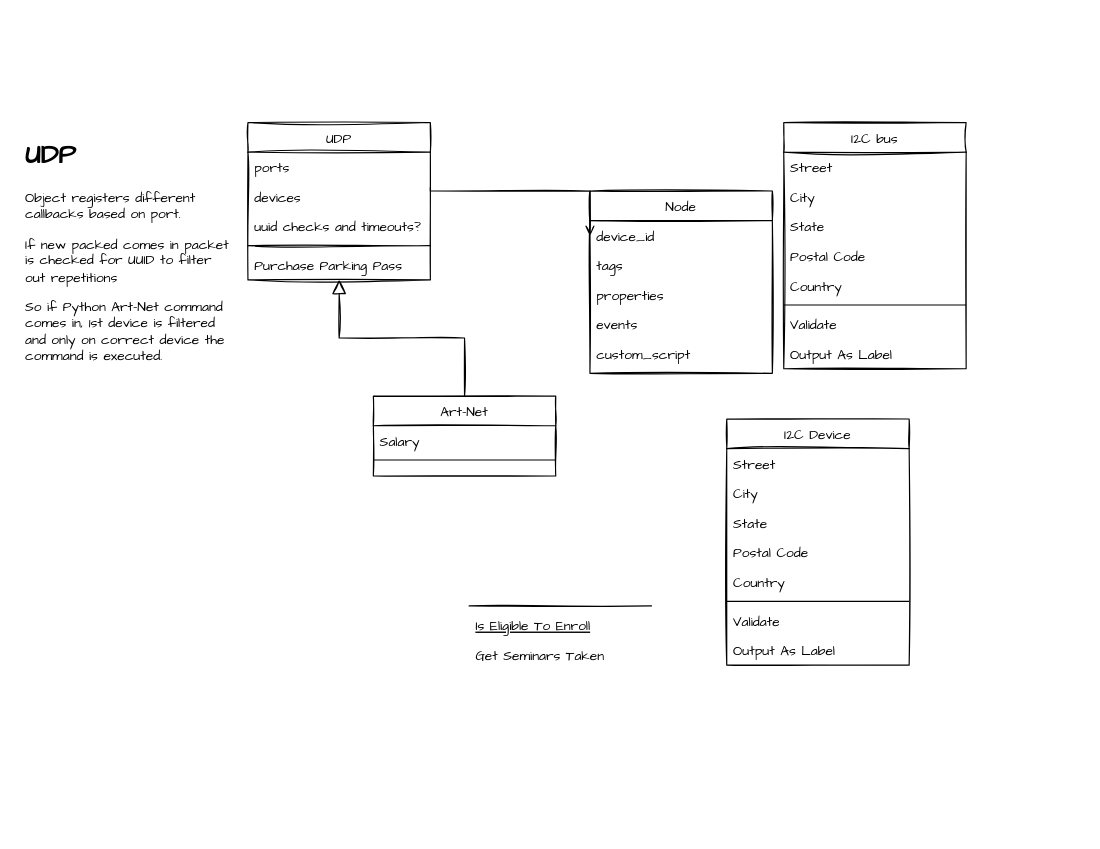
empire-ai/EmpireNode keeps this draw.io diagram as Untitled Diagram.drawio. Above is the earlier version. Source tidied: cells renumbered, new cells numbered last; positions are measured from the earlier drawing's top-left corner, leaving out a move shared by most shapes. Both pictures are drawn from the tidied source at 114%, with x=0, y=0 at pixel (19, 122).
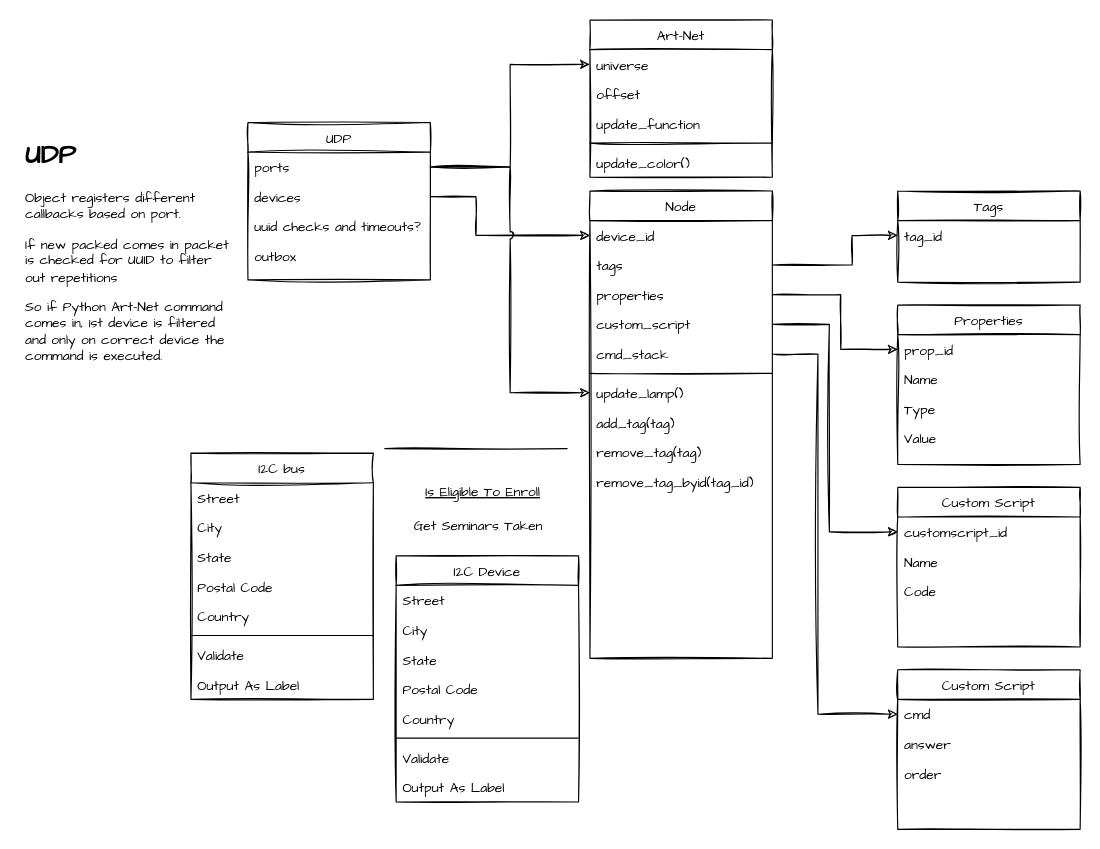
After the change.

Unchanged cells that the change refers to:
```xml
<mxCell id="2" value="UDP" style="swimlane;fontStyle=0;align=center;verticalAlign=top;horizontal=1;startSize=26;rounded=0;shadow=0;strokeWidth=1;fontFamily=Architects Daughter;sketch=1;" parent="1" vertex="1">
  <mxGeometry x="200" width="160" height="138" as="geometry" />
</mxCell>
<mxCell id="3" value="ports" style="text;align=left;verticalAlign=top;spacingLeft=4;spacingRight=4;overflow=hidden;points=[[0,0.5],[1,0.5]];portConstraint=eastwest;fontFamily=Architects Daughter;" parent="2" vertex="1">
  <mxGeometry y="26" width="160" height="26" as="geometry" />
</mxCell>
<mxCell id="4" value="devices" style="text;align=left;verticalAlign=top;spacingLeft=4;spacingRight=4;overflow=hidden;points=[[0,0.5],[1,0.5]];portConstraint=eastwest;rounded=0;shadow=0;html=0;fontFamily=Architects Daughter;" parent="2" vertex="1">
  <mxGeometry y="52" width="160" height="26" as="geometry" />
</mxCell>
<mxCell id="9" value="device_id" style="text;align=left;verticalAlign=top;spacingLeft=4;spacingRight=4;overflow=hidden;points=[[0,0.5],[1,0.5]];portConstraint=eastwest;fontFamily=Architects Daughter;" parent="8" vertex="1">
  <mxGeometry y="26" width="160" height="26" as="geometry" />
</mxCell>
<mxCell id="10" value="tags" style="text;align=left;verticalAlign=top;spacingLeft=4;spacingRight=4;overflow=hidden;points=[[0,0.5],[1,0.5]];portConstraint=eastwest;rounded=0;shadow=0;html=0;fontFamily=Architects Daughter;" parent="8" vertex="1">
  <mxGeometry y="52" width="160" height="26" as="geometry" />
</mxCell>
<mxCell id="11" value="properties" style="text;align=left;verticalAlign=top;spacingLeft=4;spacingRight=4;overflow=hidden;points=[[0,0.5],[1,0.5]];portConstraint=eastwest;rounded=0;shadow=0;html=0;fontFamily=Architects Daughter;" parent="8" vertex="1">
  <mxGeometry y="78" width="160" height="26" as="geometry" />
</mxCell>
```

Change to the diagram source:
```diff
@@
-    <mxCell id="6" style="line;html=1;strokeWidth=1;align=left;verticalAlign=middle;spacingTop=-1;spacingLeft=3;spacingRight=3;labelPosition=right;sketch=1;" parent="2" vertex="1">
-      <mxGeometry y="104" width="160" height="8" as="geometry" />
-    </mxCell>
-    <mxCell id="7" value="Purchase Parking Pass" style="text;align=left;verticalAlign=top;spacingLeft=4;spacingRight=4;overflow=hidden;fontFamily=Architects Daughter;" parent="2" vertex="1">
-      <mxGeometry y="112" width="160" height="26" as="geometry" />
+    <mxCell id="7" value="outbox" style="text;align=left;verticalAlign=top;spacingLeft=4;spacingRight=4;overflow=hidden;fontFamily=Architects Daughter;" parent="2" vertex="1">
+      <mxGeometry y="104" width="160" height="26" as="geometry" />
     </mxCell>
     <mxCell id="8" value="Node" style="swimlane;fontStyle=0;align=center;verticalAlign=top;horizontal=1;startSize=26;rounded=0;shadow=0;strokeWidth=1;glass=0;sketch=1;fontFamily=Architects Daughter;" parent="1" vertex="1">
-      <mxGeometry x="500" y="60" width="160" height="160" as="geometry" />
+      <mxGeometry x="500" y="60" width="160" height="410" as="geometry" />
     </mxCell>
@@
-    <mxCell id="12" value="events" style="text;align=left;verticalAlign=top;spacingLeft=4;spacingRight=4;overflow=hidden;fontFamily=Architects Daughter;" parent="8" vertex="1">
-      <mxGeometry y="104" width="160" height="26" as="geometry" />
-    </mxCell>
     <mxCell id="13" value="custom_script" style="text;align=left;verticalAlign=top;spacingLeft=4;spacingRight=4;overflow=hidden;points=[[0,0.5],[1,0.5]];portConstraint=eastwest;fontFamily=Architects Daughter;" parent="8" vertex="1">
-      <mxGeometry y="130" width="160" height="26" as="geometry" />
+      <mxGeometry y="104" width="160" height="26" as="geometry" />
     </mxCell>
+    <mxCell id="41" value="cmd_stack" style="text;align=left;verticalAlign=top;spacingLeft=4;spacingRight=4;overflow=hidden;points=[[0,0.5],[1,0.5]];portConstraint=eastwest;fontFamily=Architects Daughter;" parent="8" vertex="1">
+      <mxGeometry y="130" width="160" height="26" as="geometry" />
+    </mxCell>
+    <mxCell id="42" style="line;html=1;strokeWidth=1;align=left;verticalAlign=middle;spacingTop=-1;spacingLeft=3;spacingRight=3;labelPosition=right;sketch=1;" parent="8" vertex="1">
+      <mxGeometry y="156" width="160" height="8" as="geometry" />
+    </mxCell>
+    <mxCell id="43" value="update_lamp()" style="text;align=left;verticalAlign=top;spacingLeft=4;spacingRight=4;overflow=hidden;points=[[0,0.5],[1,0.5]];portConstraint=eastwest;fontFamily=Architects Daughter;" parent="8" vertex="1">
+      <mxGeometry y="164" width="160" height="26" as="geometry" />
+    </mxCell>
+    <mxCell id="44" value="add_tag(tag)" style="text;align=left;verticalAlign=top;spacingLeft=4;spacingRight=4;overflow=hidden;fontFamily=Architects Daughter;" parent="8" vertex="1">
+      <mxGeometry y="190" width="160" height="26" as="geometry" />
+    </mxCell>
+    <mxCell id="45" value="remove_tag(tag)" style="text;align=left;verticalAlign=top;spacingLeft=4;spacingRight=4;overflow=hidden;fontFamily=Architects Daughter;" parent="8" vertex="1">
+      <mxGeometry y="216" width="160" height="26" as="geometry" />
+    </mxCell>
+    <mxCell id="46" value="remove_tag_byid(tag_id)" style="text;align=left;verticalAlign=top;spacingLeft=4;spacingRight=4;overflow=hidden;fontFamily=Architects Daughter;" parent="8" vertex="1">
+      <mxGeometry y="242" width="160" height="26" as="geometry" />
+    </mxCell>
     <mxCell id="14" value="Art-Net" style="swimlane;fontStyle=0;align=center;verticalAlign=top;horizontal=1;startSize=26;rounded=0;shadow=0;strokeWidth=1;sketch=1;fontFamily=Architects Daughter;" parent="1" vertex="1">
-      <mxGeometry x="310" y="240" width="160" height="70" as="geometry" />
+      <mxGeometry x="500" y="-90" width="160" height="138" as="geometry" />
     </mxCell>
-    <mxCell id="15" value="Salary" style="text;align=left;verticalAlign=top;spacingLeft=4;spacingRight=4;overflow=hidden;points=[[0,0.5],[1,0.5]];portConstraint=eastwest;fontFamily=Architects Daughter;" parent="14" vertex="1">
+    <mxCell id="15" value="universe" style="text;align=left;verticalAlign=top;spacingLeft=4;spacingRight=4;overflow=hidden;points=[[0,0.5],[1,0.5]];portConstraint=eastwest;fontFamily=Architects Daughter;" parent="14" vertex="1">
       <mxGeometry y="26" width="160" height="26" as="geometry" />
     </mxCell>
-    <mxCell id="16" style="line;html=1;strokeWidth=1;align=left;verticalAlign=middle;spacingTop=-1;spacingLeft=3;spacingRight=3;labelPosition=right;" parent="14" vertex="1">
-      <mxGeometry y="52" width="160" height="8" as="geometry" />
-    </mxCell>
-    <mxCell id="17" style="endArrow=block;endSize=10;endFill=0;shadow=0;strokeWidth=1;rounded=0;edgeStyle=elbowEdgeStyle;elbow=vertical;sketch=1;" parent="1" edge="1" source="14" target="2">
-      <mxGeometry relative="1" as="geometry" />
-    </mxCell>
+    <mxCell id="47" value="offset" style="text;align=left;verticalAlign=top;spacingLeft=4;spacingRight=4;overflow=hidden;fontFamily=Architects Daughter;" parent="14" vertex="1">
+      <mxGeometry y="52" width="160" height="26" as="geometry" />
+    </mxCell>
+    <mxCell id="48" value="update_function" style="text;align=left;verticalAlign=top;spacingLeft=4;spacingRight=4;overflow=hidden;fontFamily=Architects Daughter;" parent="14" vertex="1">
+      <mxGeometry y="78" width="160" height="26" as="geometry" />
+    </mxCell>
+    <mxCell id="6" style="line;html=1;strokeWidth=1;align=left;verticalAlign=middle;spacingTop=-1;spacingLeft=3;spacingRight=3;labelPosition=right;sketch=1;" parent="14" vertex="1">
+      <mxGeometry y="104" width="160" height="8" as="geometry" />
+    </mxCell>
+    <mxCell id="49" value="update_color()" style="text;align=left;verticalAlign=top;spacingLeft=4;spacingRight=4;overflow=hidden;fontFamily=Architects Daughter;" parent="14" vertex="1">
+      <mxGeometry y="112" width="160" height="26" as="geometry" />
+    </mxCell>
     <mxCell id="18" value="I2C Device" style="swimlane;fontStyle=0;align=center;verticalAlign=top;horizontal=1;startSize=26;rounded=0;shadow=0;strokeWidth=1;sketch=1;fontFamily=Architects Daughter;" parent="1" vertex="1">
-      <mxGeometry x="620" y="260" width="160" height="216" as="geometry" />
+      <mxGeometry x="330" y="380" width="160" height="216" as="geometry" />
     </mxCell>
@@
-    <mxCell id="27" style="endArrow=open;shadow=0;strokeWidth=1;rounded=0;endFill=1;edgeStyle=elbowEdgeStyle;elbow=vertical;sketch=1;entryX=0;entryY=0.5;entryDx=0;entryDy=0;exitX=1;exitY=0.192;exitDx=0;exitDy=0;exitPerimeter=0;" parent="1" edge="1" source="4" target="9">
-      <mxGeometry x="0.5" y="41" relative="1" as="geometry">
-        <Array as="points">
-          <mxPoint x="460" y="60" />
-          <mxPoint x="400" y="60" />
-          <mxPoint x="440" y="90" />
-          <mxPoint x="460" y="180" />
-          <mxPoint x="430" y="190" />
-          <mxPoint x="430" y="160" />
-          <mxPoint x="430" y="150" />
-          <mxPoint x="460" y="80" />
-          <mxPoint x="410" y="70" />
-        </Array>
-        <mxPoint x="-40" y="32" as="offset" />
-      </mxGeometry>
-    </mxCell>
     <mxCell id="28" style="line;html=1;strokeWidth=1;align=left;verticalAlign=middle;spacingTop=-1;spacingLeft=3;spacingRight=3;labelPosition=right;sketch=1;" parent="1" vertex="1">
-      <mxGeometry x="394" y="420" width="160" height="8" as="geometry" />
+      <mxGeometry x="320" y="282" width="160" height="8" as="geometry" />
     </mxCell>
     <mxCell id="29" value="Is Eligible To Enroll" style="text;align=left;verticalAlign=top;spacingLeft=4;spacingRight=4;overflow=hidden;fontStyle=4;fontFamily=Architects Daughter;" parent="1" vertex="1">
-      <mxGeometry x="394" y="428" width="160" height="26" as="geometry" />
+      <mxGeometry x="350" y="310" width="160" height="26" as="geometry" />
     </mxCell>
     <mxCell id="30" value="Get Seminars Taken" style="text;align=left;verticalAlign=top;spacingLeft=4;spacingRight=4;overflow=hidden;fontFamily=Architects Daughter;" parent="1" vertex="1">
-      <mxGeometry x="394" y="454" width="160" height="26" as="geometry" />
+      <mxGeometry x="340" y="340" width="160" height="26" as="geometry" />
     </mxCell>
     <mxCell id="31" value="I2C bus" style="swimlane;fontStyle=0;align=center;verticalAlign=top;horizontal=1;startSize=26;rounded=0;shadow=0;strokeWidth=1;sketch=1;fontFamily=Architects Daughter;" parent="1" vertex="1">
-      <mxGeometry x="670" width="160" height="216" as="geometry" />
+      <mxGeometry x="150" y="290" width="160" height="216" as="geometry" />
     </mxCell>
@@
+    <mxCell id="50" style="edgeStyle=orthogonalEdgeStyle;rounded=0;sketch=1;jettySize=auto;html=1;fontFamily=Architects Daughter;" parent="1" edge="1" source="3" target="15">
+      <mxGeometry relative="1" as="geometry" />
+    </mxCell>
+    <mxCell id="27" style="edgeStyle=orthogonalEdgeStyle;rounded=0;sketch=1;jumpStyle=arc;jumpSize=6;jettySize=auto;html=1;fontFamily=Architects Daughter;" parent="1" edge="1" source="4" target="9">
+      <mxGeometry relative="1" as="geometry">
+        <Array as="points">
+          <mxPoint x="400" y="65" />
+          <mxPoint x="400" y="99" />
+        </Array>
+      </mxGeometry>
+    </mxCell>
+    <mxCell id="51" style="edgeStyle=orthogonalEdgeStyle;rounded=0;sketch=1;jumpStyle=arc;jumpSize=6;jettySize=auto;html=1;fontFamily=Architects Daughter;" parent="1" edge="1" source="3" target="43">
+      <mxGeometry relative="1" as="geometry" />
+    </mxCell>
+    <mxCell id="52" value="Tags" style="swimlane;fontStyle=0;align=center;verticalAlign=top;horizontal=1;startSize=26;rounded=0;shadow=0;strokeWidth=1;sketch=1;fontFamily=Architects Daughter;" parent="1" vertex="1">
+      <mxGeometry x="770" y="60" width="160" height="80" as="geometry" />
+    </mxCell>
+    <mxCell id="53" value="tag_id" style="text;align=left;verticalAlign=top;spacingLeft=4;spacingRight=4;overflow=hidden;points=[[0,0.5],[1,0.5]];portConstraint=eastwest;fontFamily=Architects Daughter;" parent="52" vertex="1">
+      <mxGeometry y="26" width="160" height="26" as="geometry" />
+    </mxCell>
+    <mxCell id="54" style="edgeStyle=orthogonalEdgeStyle;rounded=0;sketch=1;jumpStyle=arc;jumpSize=6;jettySize=auto;html=1;fontFamily=Architects Daughter;" parent="1" edge="1" source="10" target="53">
+      <mxGeometry relative="1" as="geometry">
+        <Array as="points">
+          <mxPoint x="730" y="125" />
+          <mxPoint x="730" y="99" />
+        </Array>
+      </mxGeometry>
+    </mxCell>
+    <mxCell id="55" value="Properties" style="swimlane;fontStyle=0;align=center;verticalAlign=top;horizontal=1;startSize=26;rounded=0;shadow=0;strokeWidth=1;sketch=1;fontFamily=Architects Daughter;" parent="1" vertex="1">
+      <mxGeometry x="770" y="160" width="160" height="140" as="geometry" />
+    </mxCell>
+    <mxCell id="56" value="prop_id" style="text;align=left;verticalAlign=top;spacingLeft=4;spacingRight=4;overflow=hidden;points=[[0,0.5],[1,0.5]];portConstraint=eastwest;fontFamily=Architects Daughter;" parent="55" vertex="1">
+      <mxGeometry y="26" width="160" height="26" as="geometry" />
+    </mxCell>
+    <mxCell id="57" value="Name" style="text;align=left;verticalAlign=top;spacingLeft=4;spacingRight=4;overflow=hidden;fontFamily=Architects Daughter;" parent="55" vertex="1">
+      <mxGeometry y="52" width="160" height="26" as="geometry" />
+    </mxCell>
+    <mxCell id="58" value="Type" style="text;align=left;verticalAlign=top;spacingLeft=4;spacingRight=4;overflow=hidden;fontFamily=Architects Daughter;" parent="55" vertex="1">
+      <mxGeometry y="78" width="160" height="26" as="geometry" />
+    </mxCell>
+    <mxCell id="59" value="Value" style="text;align=left;verticalAlign=top;spacingLeft=4;spacingRight=4;overflow=hidden;fontFamily=Architects Daughter;" parent="55" vertex="1">
+      <mxGeometry y="104" width="160" height="26" as="geometry" />
+    </mxCell>
+    <mxCell id="60" style="edgeStyle=orthogonalEdgeStyle;rounded=0;sketch=1;jumpStyle=arc;jumpSize=6;jettySize=auto;html=1;fontFamily=Architects Daughter;" parent="1" edge="1" source="11" target="56">
+      <mxGeometry relative="1" as="geometry">
+        <Array as="points">
+          <mxPoint x="720" y="151" />
+          <mxPoint x="720" y="199" />
+        </Array>
+      </mxGeometry>
+    </mxCell>
+    <mxCell id="61" value="Custom Script" style="swimlane;fontStyle=0;align=center;verticalAlign=top;horizontal=1;startSize=26;rounded=0;shadow=0;strokeWidth=1;sketch=1;fontFamily=Architects Daughter;" parent="1" vertex="1">
+      <mxGeometry x="770" y="320" width="160" height="140" as="geometry" />
+    </mxCell>
+    <mxCell id="62" value="customscript_id" style="text;align=left;verticalAlign=top;spacingLeft=4;spacingRight=4;overflow=hidden;points=[[0,0.5],[1,0.5]];portConstraint=eastwest;fontFamily=Architects Daughter;" parent="61" vertex="1">
+      <mxGeometry y="26" width="160" height="26" as="geometry" />
+    </mxCell>
+    <mxCell id="63" value="Name" style="text;align=left;verticalAlign=top;spacingLeft=4;spacingRight=4;overflow=hidden;fontFamily=Architects Daughter;" parent="61" vertex="1">
+      <mxGeometry y="52" width="160" height="26" as="geometry" />
+    </mxCell>
+    <mxCell id="64" value="Code" style="text;align=left;verticalAlign=top;spacingLeft=4;spacingRight=4;overflow=hidden;fontFamily=Architects Daughter;" parent="61" vertex="1">
+      <mxGeometry y="78" width="160" height="26" as="geometry" />
+    </mxCell>
+    <mxCell id="65" value="Custom Script" style="swimlane;fontStyle=0;align=center;verticalAlign=top;horizontal=1;startSize=26;rounded=0;shadow=0;strokeWidth=1;sketch=1;fontFamily=Architects Daughter;" parent="1" vertex="1">
+      <mxGeometry x="770" y="480" width="160" height="140" as="geometry" />
+    </mxCell>
+    <mxCell id="66" value="cmd" style="text;align=left;verticalAlign=top;spacingLeft=4;spacingRight=4;overflow=hidden;points=[[0,0.5],[1,0.5]];portConstraint=eastwest;fontFamily=Architects Daughter;" parent="65" vertex="1">
+      <mxGeometry y="26" width="160" height="26" as="geometry" />
+    </mxCell>
+    <mxCell id="67" value="answer" style="text;align=left;verticalAlign=top;spacingLeft=4;spacingRight=4;overflow=hidden;fontFamily=Architects Daughter;" parent="65" vertex="1">
+      <mxGeometry y="52" width="160" height="26" as="geometry" />
+    </mxCell>
+    <mxCell id="68" value="order" style="text;align=left;verticalAlign=top;spacingLeft=4;spacingRight=4;overflow=hidden;fontFamily=Architects Daughter;" parent="65" vertex="1">
+      <mxGeometry y="78" width="160" height="26" as="geometry" />
+    </mxCell>
+    <mxCell id="69" style="edgeStyle=orthogonalEdgeStyle;rounded=0;sketch=1;jumpStyle=arc;jumpSize=6;jettySize=auto;html=1;fontFamily=Architects Daughter;" parent="1" edge="1" source="13" target="62">
+      <mxGeometry relative="1" as="geometry">
+        <Array as="points">
+          <mxPoint x="710" y="177" />
+          <mxPoint x="710" y="359" />
+        </Array>
+      </mxGeometry>
+    </mxCell>
+    <mxCell id="70" style="edgeStyle=orthogonalEdgeStyle;rounded=0;sketch=1;jumpStyle=arc;jumpSize=6;jettySize=auto;html=1;fontFamily=Architects Daughter;" parent="1" edge="1" source="41" target="66">
+      <mxGeometry relative="1" as="geometry">
+        <Array as="points">
+          <mxPoint x="700" y="203" />
+          <mxPoint x="700" y="519" />
+        </Array>
+      </mxGeometry>
+    </mxCell>
```
